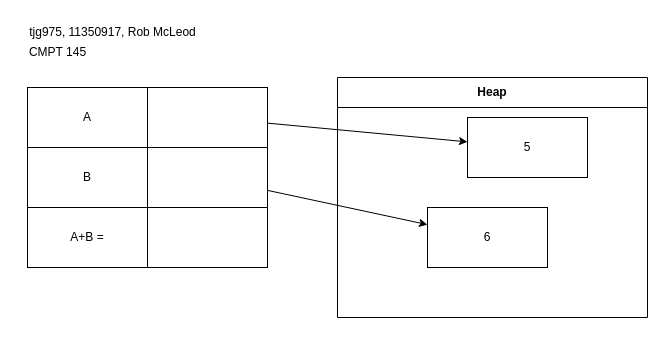
This is A1q2.drawio from Robby-M/thezombie, a draw.io file, before an edit. Source tidied: cells renumbered, new cells numbered last; positions are measured from the earlier drawing's top-left corner, leaving out a move shared by most shapes. Both pictures are drawn from the tidied source at 100%, with x=0, y=0 at pixel (17, 17).
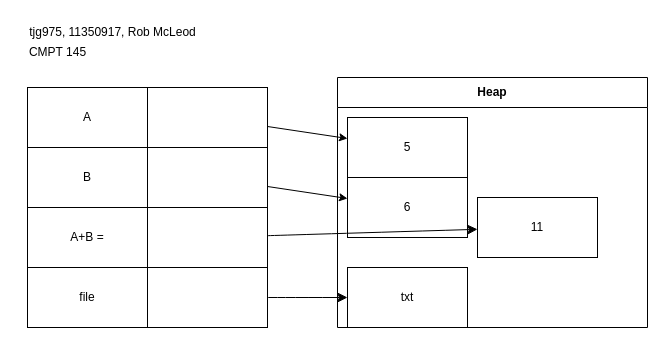
Above is the later version.

The change refers to these unchanged cells:
```xml
<mxCell id="13" value="A+B =" style="rounded=0;whiteSpace=wrap;html=1;" parent="1" vertex="1">
  <mxGeometry x="10" y="190" width="120" height="60" as="geometry" />
</mxCell>
<mxCell id="14" style="rounded=0;whiteSpace=wrap;html=1;" parent="1" vertex="1">
  <mxGeometry x="130" y="190" width="120" height="60" as="geometry" />
</mxCell>
```

The edit, as a diff of the source:
```diff
@@
     <mxCell id="8" value="Heap" style="swimlane;whiteSpace=wrap;html=1;startSize=30;" parent="1" vertex="1">
-      <mxGeometry x="320" y="60" width="310" height="240" as="geometry" />
+      <mxGeometry x="320" y="60" width="310" height="250" as="geometry" />
     </mxCell>
     <mxCell id="9" value="&lt;div&gt;5&lt;/div&gt;" style="rounded=0;whiteSpace=wrap;html=1;" parent="8" vertex="1">
-      <mxGeometry x="130" y="40" width="120" height="60" as="geometry" />
+      <mxGeometry x="10" y="40" width="120" height="60" as="geometry" />
     </mxCell>
     <mxCell id="10" value="6" style="rounded=0;whiteSpace=wrap;html=1;" parent="8" vertex="1">
-      <mxGeometry x="90" y="130" width="120" height="60" as="geometry" />
+      <mxGeometry x="10" y="100" width="120" height="60" as="geometry" />
     </mxCell>
+    <mxCell id="15" value="11" style="rounded=0;whiteSpace=wrap;html=1;" parent="8" vertex="1">
+      <mxGeometry x="140" y="120" width="120" height="60" as="geometry" />
+    </mxCell>
+    <mxCell id="16" value="txt" style="rounded=0;whiteSpace=wrap;html=1;" parent="8" vertex="1">
+      <mxGeometry x="10" y="190" width="120" height="60" as="geometry" />
+    </mxCell>
@@
+    <mxCell id="17" style="edgeStyle=none;curved=1;rounded=0;jettySize=auto;html=1;fontSize=12;startSize=8;endSize=8;" parent="1" edge="1" source="13" target="22">
+      <mxGeometry relative="1" as="geometry" />
+    </mxCell>
@@
+    <mxCell id="18" style="edgeStyle=none;curved=1;rounded=0;jettySize=auto;html=1;fontSize=12;startSize=8;endSize=8;" parent="1" edge="1" source="14" target="21">
+      <mxGeometry relative="1" as="geometry" />
+    </mxCell>
+    <mxCell id="19" style="edgeStyle=none;curved=1;rounded=0;jettySize=auto;html=1;fontSize=12;startSize=8;endSize=8;" parent="1" edge="1" source="14" target="15">
+      <mxGeometry relative="1" as="geometry" />
+    </mxCell>
@@
+    <mxCell id="20" style="edgeStyle=none;curved=1;rounded=0;jettySize=auto;html=1;fontSize=12;startSize=8;endSize=8;" parent="1" edge="1" source="21" target="16">
+      <mxGeometry relative="1" as="geometry" />
+    </mxCell>
+    <mxCell id="21" style="rounded=0;whiteSpace=wrap;html=1;" parent="1" vertex="1">
+      <mxGeometry x="130" y="250" width="120" height="60" as="geometry" />
+    </mxCell>
+    <mxCell id="22" value="file" style="rounded=0;whiteSpace=wrap;html=1;" parent="1" vertex="1">
+      <mxGeometry x="10" y="250" width="120" height="60" as="geometry" />
+    </mxCell>
```
